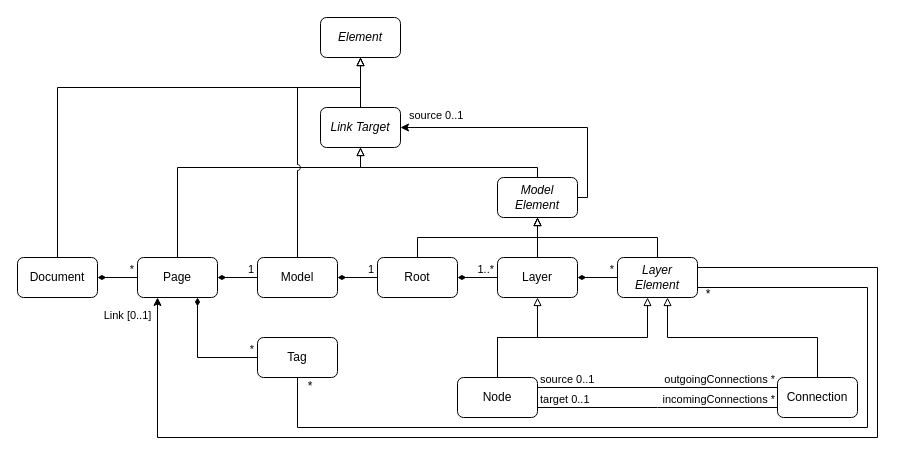
This is model/core/drawio/classes.drawio from Nasdanika/nasdanika.github.io, a draw.io file, before an edit. Source tidied: cells renumbered, new cells numbered last; positions are measured from the earlier drawing's top-left corner, leaving out a move shared by most shapes. Both pictures are drawn from the tidied source at 100%, with x=0, y=0 at pixel (17, 17).
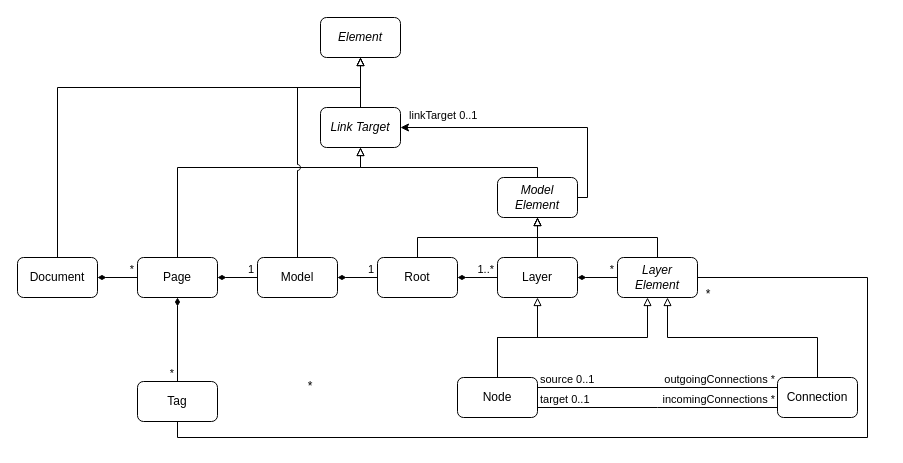
The same diagram, later.

The change refers to these unchanged cells:
```xml
<mxCell id="3" value="Page" style="rounded=1;whiteSpace=wrap;html=1;" parent="1" vertex="1">
  <mxGeometry x="120" y="240" width="80" height="40" as="geometry" />
</mxCell>
<mxCell id="8" value="Layer&lt;br&gt;Element" style="rounded=1;whiteSpace=wrap;html=1;fontStyle=2;" parent="1" vertex="1">
  <mxGeometry x="600" y="240" width="80" height="40" as="geometry" />
</mxCell>
```

Change to the diagram source:
```diff
@@
-    <mxCell id="7" value="Link [0..1]" style="edgeStyle=orthogonalEdgeStyle;rounded=0;jettySize=auto;html=1;" parent="1" edge="1" source="8" target="3">
-      <mxGeometry x="0.97" y="30" relative="1" as="geometry">
-        <Array as="points">
-          <mxPoint x="860" y="250" />
-          <mxPoint x="860" y="420" />
-          <mxPoint x="140" y="420" />
-        </Array>
-      </mxGeometry>
-    </mxCell>
@@
     <mxCell id="40" style="edgeStyle=orthogonalEdgeStyle;rounded=0;jettySize=auto;html=1;endArrow=none;endFill=0;" parent="1" edge="1" source="41" target="8">
       <mxGeometry relative="1" as="geometry">
         <Array as="points">
-          <mxPoint x="280" y="410" />
-          <mxPoint x="850" y="410" />
-          <mxPoint x="850" y="270" />
+          <mxPoint x="160" y="420" />
+          <mxPoint x="850" y="420" />
+          <mxPoint x="850" y="260" />
         </Array>
       </mxGeometry>
     </mxCell>
     <mxCell id="41" value="Tag" style="rounded=1;whiteSpace=wrap;html=1;" parent="1" vertex="1">
-      <mxGeometry x="240" y="320" width="80" height="40" as="geometry" />
+      <mxGeometry x="120" y="364" width="80" height="40" as="geometry" />
     </mxCell>
-    <mxCell id="42" style="endArrow=none;html=1;edgeStyle=orthogonalEdgeStyle;rounded=0;startArrow=diamondThin;startFill=1;entryX=0;entryY=0.5;entryDx=0;entryDy=0;" parent="1" edge="1" source="3" target="41">
-      <mxGeometry relative="1" as="geometry">
-        <Array as="points">
-          <mxPoint x="180" y="340" />
-        </Array>
-      </mxGeometry>
+    <mxCell id="42" style="endArrow=none;html=1;edgeStyle=orthogonalEdgeStyle;rounded=0;startArrow=diamondThin;startFill=1;" parent="1" edge="1" source="3" target="41">
+      <mxGeometry relative="1" as="geometry" />
     </mxCell>
@@
-    <mxCell id="48" value="source 0..1" style="edgeLabel;html=1;align=left;verticalAlign=bottom;" parent="1" vertex="1">
+    <mxCell id="48" value="linkTarget 0..1" style="edgeLabel;html=1;align=left;verticalAlign=bottom;" parent="1" vertex="1">
       <mxGeometry x="390" y="106" as="geometry" />
     </mxCell>
```
